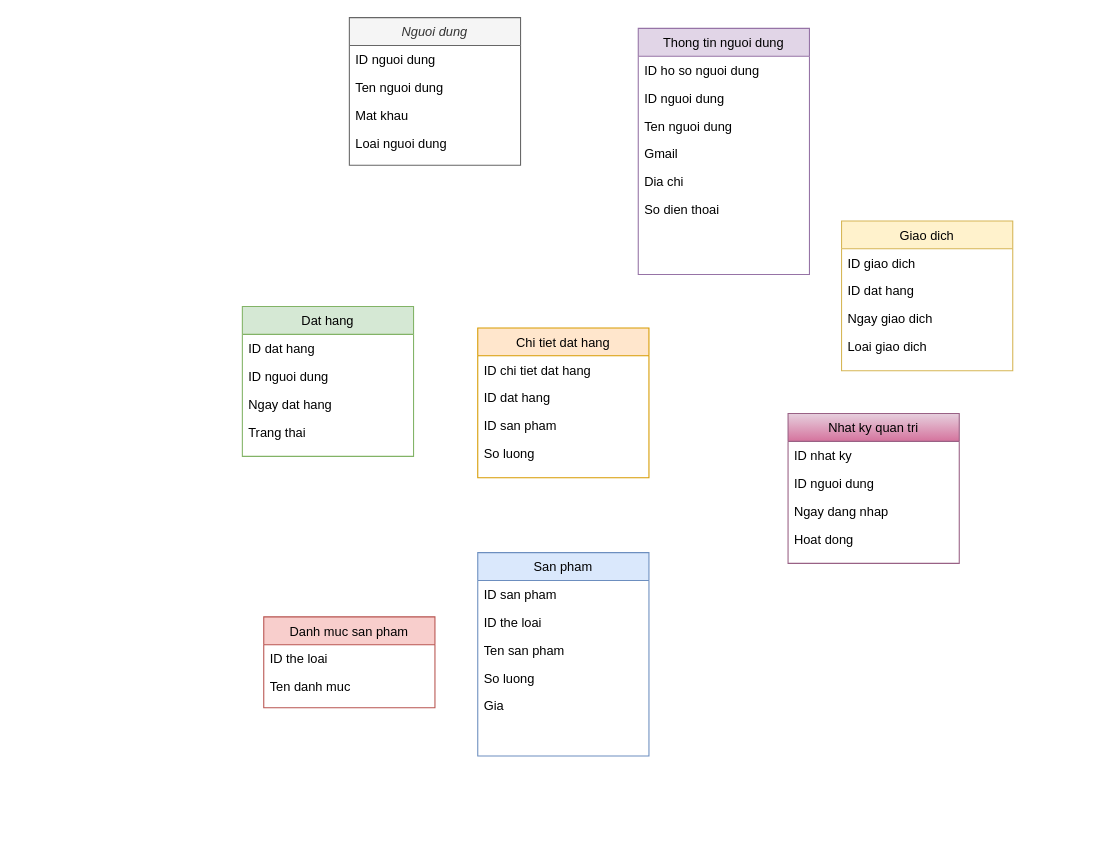
Before: Untitled Diagram.drawio in DangNgocDuong250903/DoAn, a draw.io diagram. Source tidied: cells renumbered, new cells numbered last; positions are measured from the earlier drawing's top-left corner, leaving out a move shared by most shapes. Both pictures are drawn from the tidied source at 107%, with x=0, y=0 at pixel (242, 17).
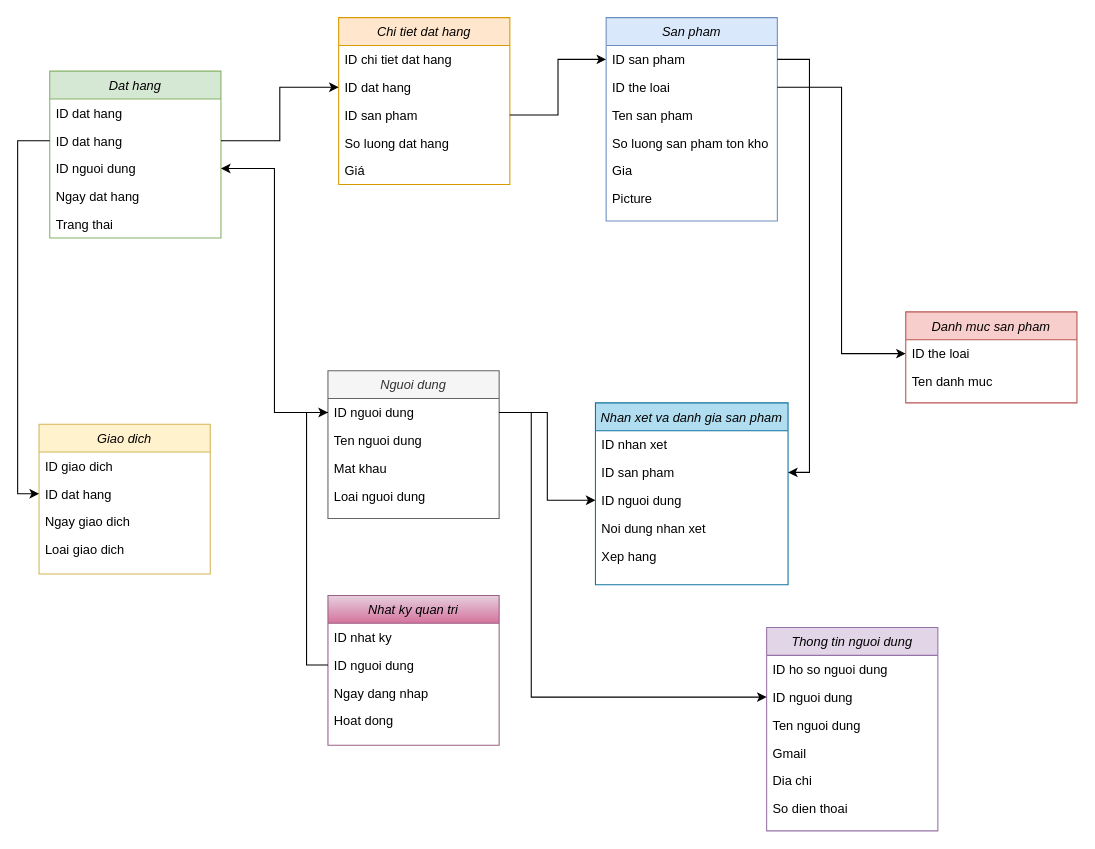
The same page after the edit.

The change refers to these unchanged cells:
```xml
<mxCell id="3" value="ID nguoi dung" style="text;align=left;verticalAlign=top;spacingLeft=4;spacingRight=4;overflow=hidden;points=[[0,0.5],[1,0.5]];portConstraint=eastwest;" parent="2" vertex="1">
  <mxGeometry y="26" width="160" height="26" as="geometry" />
</mxCell>
<mxCell id="8" value="ID san pham" style="text;align=left;verticalAlign=top;spacingLeft=4;spacingRight=4;overflow=hidden;points=[[0,0.5],[1,0.5]];portConstraint=eastwest;" parent="7" vertex="1">
  <mxGeometry y="26" width="160" height="26" as="geometry" />
</mxCell>
<mxCell id="9" value="ID the loai" style="text;align=left;verticalAlign=top;spacingLeft=4;spacingRight=4;overflow=hidden;points=[[0,0.5],[1,0.5]];portConstraint=eastwest;" parent="7" vertex="1">
  <mxGeometry y="52" width="160" height="26" as="geometry" />
</mxCell>
<mxCell id="20" value="ID dat hang" style="text;align=left;verticalAlign=top;spacingLeft=4;spacingRight=4;overflow=hidden;points=[[0,0.5],[1,0.5]];portConstraint=eastwest;rounded=0;shadow=0;html=0;" parent="18" vertex="1">
  <mxGeometry y="52" width="160" height="26" as="geometry" />
</mxCell>
<mxCell id="21" value="ID san pham" style="text;align=left;verticalAlign=top;spacingLeft=4;spacingRight=4;overflow=hidden;points=[[0,0.5],[1,0.5]];portConstraint=eastwest;rounded=0;shadow=0;html=0;" parent="18" vertex="1">
  <mxGeometry y="78" width="160" height="26" as="geometry" />
</mxCell>
<mxCell id="25" value="ID dat hang" style="text;align=left;verticalAlign=top;spacingLeft=4;spacingRight=4;overflow=hidden;points=[[0,0.5],[1,0.5]];portConstraint=eastwest;rounded=0;shadow=0;html=0;" parent="23" vertex="1">
  <mxGeometry y="52" width="160" height="26" as="geometry" />
</mxCell>
<mxCell id="29" value="ID the loai" style="text;align=left;verticalAlign=top;spacingLeft=4;spacingRight=4;overflow=hidden;points=[[0,0.5],[1,0.5]];portConstraint=eastwest;" parent="28" vertex="1">
  <mxGeometry y="26" width="160" height="26" as="geometry" />
</mxCell>
<mxCell id="33" value="ID nguoi dung" style="text;align=left;verticalAlign=top;spacingLeft=4;spacingRight=4;overflow=hidden;points=[[0,0.5],[1,0.5]];portConstraint=eastwest;rounded=0;shadow=0;html=0;" parent="31" vertex="1">
  <mxGeometry y="52" width="160" height="26" as="geometry" />
</mxCell>
<mxCell id="40" value="ID nguoi dung" style="text;align=left;verticalAlign=top;spacingLeft=4;spacingRight=4;overflow=hidden;points=[[0,0.5],[1,0.5]];portConstraint=eastwest;rounded=0;shadow=0;html=0;" parent="38" vertex="1">
  <mxGeometry y="52" width="160" height="26" as="geometry" />
</mxCell>
```

The edit, as a diff of the source:
```diff
@@
     <mxCell id="2" value="Nguoi dung" style="swimlane;fontStyle=2;align=center;verticalAlign=top;horizontal=1;startSize=26;rounded=0;shadow=0;strokeWidth=1;fillColor=#f5f5f5;fontColor=#333333;strokeColor=#666666;" parent="1" vertex="1">
-      <mxGeometry x="100" width="160" height="138" as="geometry" />
+      <mxGeometry x="80" y="330" width="160" height="138" as="geometry" />
     </mxCell>
@@
-    <mxCell id="7" value="San pham" style="swimlane;fontStyle=0;align=center;verticalAlign=top;horizontal=1;startSize=26;rounded=0;shadow=0;strokeWidth=1;fillColor=#dae8fc;strokeColor=#6c8ebf;" parent="1" vertex="1">
-      <mxGeometry x="220" y="500" width="160" height="190" as="geometry" />
+    <mxCell id="7" value="San pham" style="swimlane;fontStyle=2;align=center;verticalAlign=top;horizontal=1;startSize=26;rounded=0;shadow=0;strokeWidth=1;fillColor=#dae8fc;strokeColor=#6c8ebf;" parent="1" vertex="1">
+      <mxGeometry x="340" width="160" height="190" as="geometry" />
     </mxCell>
@@
-    <mxCell id="11" value="So luong" style="text;align=left;verticalAlign=top;spacingLeft=4;spacingRight=4;overflow=hidden;rounded=0;shadow=0;html=0;" parent="7" vertex="1">
+    <mxCell id="11" value="So luong san pham ton kho" style="text;align=left;verticalAlign=top;spacingLeft=4;spacingRight=4;overflow=hidden;rounded=0;shadow=0;html=0;" parent="7" vertex="1">
       <mxGeometry y="104" width="160" height="26" as="geometry" />
     </mxCell>
@@
+    <mxCell id="43" value="Picture" style="text;align=left;verticalAlign=top;spacingLeft=4;spacingRight=4;overflow=hidden;rounded=0;shadow=0;html=0;" parent="7" vertex="1">
+      <mxGeometry y="156" width="160" height="26" as="geometry" />
+    </mxCell>
-    <mxCell id="13" value="Dat hang" style="swimlane;fontStyle=0;align=center;verticalAlign=top;horizontal=1;startSize=26;rounded=0;shadow=0;strokeWidth=1;fillColor=#d5e8d4;strokeColor=#82b366;" parent="1" vertex="1">
-      <mxGeometry y="270" width="160" height="140" as="geometry" />
+    <mxCell id="13" value="Dat hang" style="swimlane;fontStyle=2;align=center;verticalAlign=top;horizontal=1;startSize=26;rounded=0;shadow=0;strokeWidth=1;fillColor=#d5e8d4;strokeColor=#82b366;" parent="1" vertex="1">
+      <mxGeometry x="-180" y="50" width="160" height="156" as="geometry" />
     </mxCell>
+    <mxCell id="44" value="ID dat hang" style="text;align=left;verticalAlign=top;spacingLeft=4;spacingRight=4;overflow=hidden;" parent="13" vertex="1">
+      <mxGeometry y="26" width="160" height="26" as="geometry" />
+    </mxCell>
     <mxCell id="14" value="ID dat hang" style="text;align=left;verticalAlign=top;spacingLeft=4;spacingRight=4;overflow=hidden;points=[[0,0.5],[1,0.5]];portConstraint=eastwest;" parent="13" vertex="1">
-      <mxGeometry y="26" width="160" height="26" as="geometry" />
+      <mxGeometry y="52" width="160" height="26" as="geometry" />
     </mxCell>
     <mxCell id="15" value="ID nguoi dung" style="text;align=left;verticalAlign=top;spacingLeft=4;spacingRight=4;overflow=hidden;points=[[0,0.5],[1,0.5]];portConstraint=eastwest;rounded=0;shadow=0;html=0;" parent="13" vertex="1">
-      <mxGeometry y="52" width="160" height="26" as="geometry" />
+      <mxGeometry y="78" width="160" height="26" as="geometry" />
     </mxCell>
     <mxCell id="16" value="Ngay dat hang" style="text;align=left;verticalAlign=top;spacingLeft=4;spacingRight=4;overflow=hidden;rounded=0;shadow=0;html=0;" parent="13" vertex="1">
-      <mxGeometry y="78" width="160" height="26" as="geometry" />
+      <mxGeometry y="104" width="160" height="26" as="geometry" />
     </mxCell>
     <mxCell id="17" value="Trang thai" style="text;align=left;verticalAlign=top;spacingLeft=4;spacingRight=4;overflow=hidden;rounded=0;shadow=0;html=0;" parent="13" vertex="1">
-      <mxGeometry y="104" width="160" height="26" as="geometry" />
+      <mxGeometry y="130" width="160" height="26" as="geometry" />
     </mxCell>
-    <mxCell id="18" value="Chi tiet dat hang" style="swimlane;fontStyle=0;align=center;verticalAlign=top;horizontal=1;startSize=26;rounded=0;shadow=0;strokeWidth=1;fillColor=#ffe6cc;strokeColor=#d79b00;" parent="1" vertex="1">
-      <mxGeometry x="220" y="290" width="160" height="140" as="geometry" />
+    <mxCell id="18" value="Chi tiet dat hang" style="swimlane;fontStyle=2;align=center;verticalAlign=top;horizontal=1;startSize=26;rounded=0;shadow=0;strokeWidth=1;fillColor=#ffe6cc;strokeColor=#d79b00;" parent="1" vertex="1">
+      <mxGeometry x="90" width="160" height="156" as="geometry" />
     </mxCell>
@@
-    <mxCell id="22" value="So luong" style="text;align=left;verticalAlign=top;spacingLeft=4;spacingRight=4;overflow=hidden;rounded=0;shadow=0;html=0;" parent="18" vertex="1">
+    <mxCell id="22" value="So luong dat hang" style="text;align=left;verticalAlign=top;spacingLeft=4;spacingRight=4;overflow=hidden;rounded=0;shadow=0;html=0;" parent="18" vertex="1">
       <mxGeometry y="104" width="160" height="26" as="geometry" />
     </mxCell>
+    <mxCell id="45" value="Giá" style="text;align=left;verticalAlign=top;spacingLeft=4;spacingRight=4;overflow=hidden;rounded=0;shadow=0;html=0;" parent="18" vertex="1">
+      <mxGeometry y="130" width="160" height="26" as="geometry" />
+    </mxCell>
-    <mxCell id="23" value="Giao dich" style="swimlane;fontStyle=0;align=center;verticalAlign=top;horizontal=1;startSize=26;rounded=0;shadow=0;strokeWidth=1;fillColor=#fff2cc;strokeColor=#d6b656;" parent="1" vertex="1">
-      <mxGeometry x="560" y="190" width="160" height="140" as="geometry" />
+    <mxCell id="23" value="Giao dich" style="swimlane;fontStyle=2;align=center;verticalAlign=top;horizontal=1;startSize=26;rounded=0;shadow=0;strokeWidth=1;fillColor=#fff2cc;strokeColor=#d6b656;" parent="1" vertex="1">
+      <mxGeometry x="-190" y="380" width="160" height="140" as="geometry" />
     </mxCell>
@@
-    <mxCell id="28" value="Danh muc san pham" style="swimlane;fontStyle=0;align=center;verticalAlign=top;horizontal=1;startSize=26;rounded=0;shadow=0;strokeWidth=1;fillColor=#f8cecc;strokeColor=#b85450;" parent="1" vertex="1">
-      <mxGeometry x="20" y="560" width="160" height="85" as="geometry" />
+    <mxCell id="28" value="Danh muc san pham" style="swimlane;fontStyle=2;align=center;verticalAlign=top;horizontal=1;startSize=26;rounded=0;shadow=0;strokeWidth=1;fillColor=#f8cecc;strokeColor=#b85450;" parent="1" vertex="1">
+      <mxGeometry x="620" y="275" width="160" height="85" as="geometry" />
     </mxCell>
@@
-    <mxCell id="31" value="Thong tin nguoi dung" style="swimlane;fontStyle=0;align=center;verticalAlign=top;horizontal=1;startSize=26;rounded=0;shadow=0;strokeWidth=1;fillColor=#e1d5e7;strokeColor=#9673a6;" parent="1" vertex="1">
-      <mxGeometry x="370" y="10" width="160" height="230" as="geometry" />
+    <mxCell id="31" value="Thong tin nguoi dung" style="swimlane;fontStyle=2;align=center;verticalAlign=top;horizontal=1;startSize=26;rounded=0;shadow=0;strokeWidth=1;fillColor=#e1d5e7;strokeColor=#9673a6;" parent="1" vertex="1">
+      <mxGeometry x="490" y="570" width="160" height="190" as="geometry" />
     </mxCell>
@@
-    <mxCell id="38" value="Nhat ky quan tri" style="swimlane;fontStyle=0;align=center;verticalAlign=top;horizontal=1;startSize=26;rounded=0;shadow=0;strokeWidth=1;fillColor=#e6d0de;strokeColor=#996185;gradientColor=#d5739d;" parent="1" vertex="1">
-      <mxGeometry x="510" y="370" width="160" height="140" as="geometry" />
+    <mxCell id="38" value="Nhat ky quan tri" style="swimlane;fontStyle=2;align=center;verticalAlign=top;horizontal=1;startSize=26;rounded=0;shadow=0;strokeWidth=1;fillColor=#e6d0de;strokeColor=#996185;gradientColor=#d5739d;" parent="1" vertex="1">
+      <mxGeometry x="80" y="540" width="160" height="140" as="geometry" />
     </mxCell>
@@
+    <mxCell id="46" style="edgeStyle=orthogonalEdgeStyle;rounded=0;jettySize=auto;html=1;entryX=0;entryY=0.5;entryDx=0;entryDy=0;" parent="1" edge="1" source="3" target="33">
+      <mxGeometry relative="1" as="geometry">
+        <Array as="points">
+          <mxPoint x="270" y="369" />
+          <mxPoint x="270" y="635" />
+        </Array>
+      </mxGeometry>
+    </mxCell>
+    <mxCell id="47" style="edgeStyle=orthogonalEdgeStyle;rounded=0;jettySize=auto;html=1;" parent="1" edge="1" source="9" target="29">
+      <mxGeometry relative="1" as="geometry" />
+    </mxCell>
+    <mxCell id="48" style="edgeStyle=orthogonalEdgeStyle;rounded=0;jettySize=auto;html=1;entryX=1;entryY=0.5;entryDx=0;entryDy=0;" parent="1" edge="1" source="3" target="15">
+      <mxGeometry relative="1" as="geometry" />
+    </mxCell>
+    <mxCell id="49" style="edgeStyle=orthogonalEdgeStyle;rounded=0;jettySize=auto;html=1;" parent="1" edge="1" source="14" target="20">
+      <mxGeometry relative="1" as="geometry" />
+    </mxCell>
+    <mxCell id="50" style="edgeStyle=orthogonalEdgeStyle;rounded=0;jettySize=auto;html=1;entryX=0;entryY=0.5;entryDx=0;entryDy=0;" parent="1" edge="1" source="21" target="8">
+      <mxGeometry relative="1" as="geometry" />
+    </mxCell>
+    <mxCell id="51" style="edgeStyle=orthogonalEdgeStyle;rounded=0;jettySize=auto;html=1;entryX=0;entryY=0.5;entryDx=0;entryDy=0;" parent="1" edge="1" source="14" target="25">
+      <mxGeometry relative="1" as="geometry" />
+    </mxCell>
+    <mxCell id="52" style="edgeStyle=orthogonalEdgeStyle;rounded=0;jettySize=auto;html=1;entryX=0;entryY=0.5;entryDx=0;entryDy=0;" parent="1" edge="1" source="40" target="3">
+      <mxGeometry relative="1" as="geometry" />
+    </mxCell>
+    <mxCell id="53" value="Nhan xet va danh gia san pham" style="swimlane;fontStyle=2;align=center;verticalAlign=top;horizontal=1;startSize=26;rounded=0;shadow=0;strokeWidth=1;fillColor=#b1ddf0;strokeColor=#10739e;" parent="1" vertex="1">
+      <mxGeometry x="330" y="360" width="180" height="170" as="geometry" />
+    </mxCell>
+    <mxCell id="54" value="ID nhan xet" style="text;align=left;verticalAlign=top;spacingLeft=4;spacingRight=4;overflow=hidden;" parent="53" vertex="1">
+      <mxGeometry y="26" width="180" height="26" as="geometry" />
+    </mxCell>
+    <mxCell id="55" value="ID san pham" style="text;align=left;verticalAlign=top;spacingLeft=4;spacingRight=4;overflow=hidden;points=[[0,0.5],[1,0.5]];portConstraint=eastwest;rounded=0;shadow=0;html=0;" parent="53" vertex="1">
+      <mxGeometry y="52" width="180" height="26" as="geometry" />
+    </mxCell>
+    <mxCell id="56" value="ID nguoi dung" style="text;align=left;verticalAlign=top;spacingLeft=4;spacingRight=4;overflow=hidden;points=[[0,0.5],[1,0.5]];portConstraint=eastwest;rounded=0;shadow=0;html=0;" parent="53" vertex="1">
+      <mxGeometry y="78" width="180" height="26" as="geometry" />
+    </mxCell>
+    <mxCell id="57" value="Noi dung nhan xet" style="text;align=left;verticalAlign=top;spacingLeft=4;spacingRight=4;overflow=hidden;rounded=0;shadow=0;html=0;" parent="53" vertex="1">
+      <mxGeometry y="104" width="180" height="26" as="geometry" />
+    </mxCell>
+    <mxCell id="58" value="Xep hang" style="text;align=left;verticalAlign=top;spacingLeft=4;spacingRight=4;overflow=hidden;rounded=0;shadow=0;html=0;" parent="53" vertex="1">
+      <mxGeometry y="130" width="180" height="26" as="geometry" />
+    </mxCell>
+    <mxCell id="59" style="edgeStyle=orthogonalEdgeStyle;rounded=0;jettySize=auto;html=1;entryX=1;entryY=0.5;entryDx=0;entryDy=0;" parent="1" edge="1" source="8" target="55">
+      <mxGeometry relative="1" as="geometry">
+        <Array as="points">
+          <mxPoint x="530" y="39" />
+          <mxPoint x="530" y="425" />
+        </Array>
+      </mxGeometry>
+    </mxCell>
+    <mxCell id="60" style="edgeStyle=orthogonalEdgeStyle;rounded=0;jettySize=auto;html=1;" parent="1" edge="1" source="3" target="56">
+      <mxGeometry relative="1" as="geometry" />
+    </mxCell>
```
